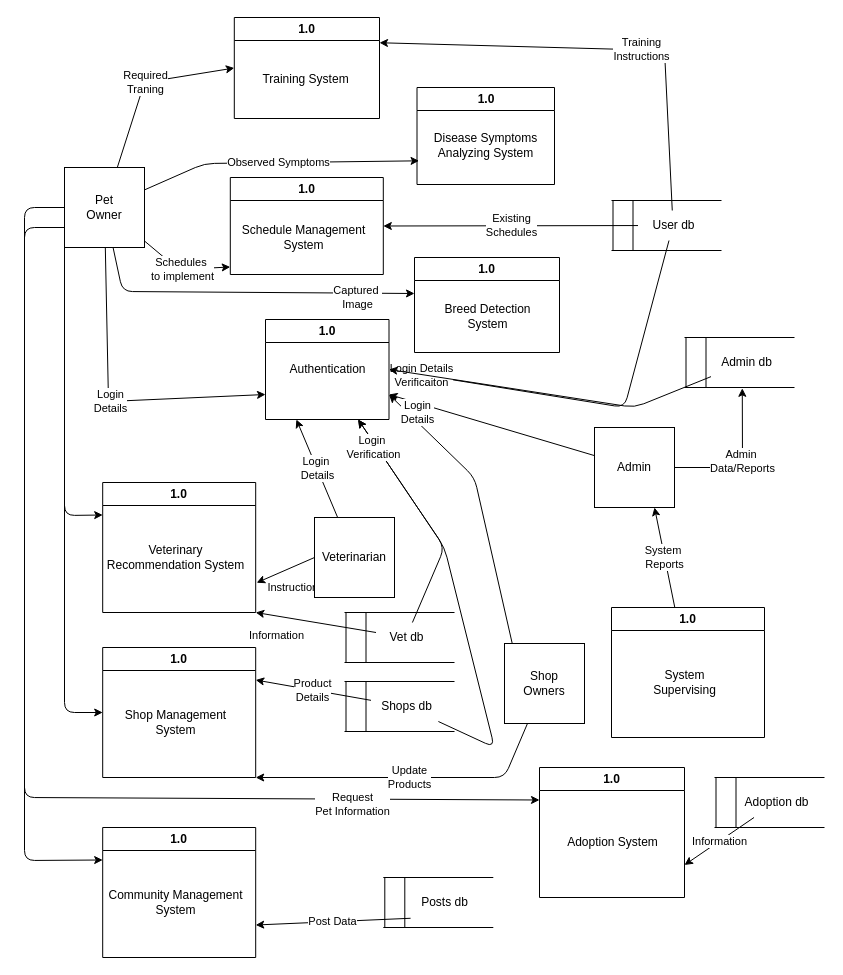
Before: Diagrams/DFD-Lv1.drawio in Rayal-Khatri/HlwPet, a draw.io diagram. Source tidied: cells renumbered, new cells numbered last; positions are measured from the earlier drawing's top-left corner, leaving out a move shared by most shapes. Both pictures are drawn from the tidied source at 100%, with x=0, y=0 at pixel (24, 17).
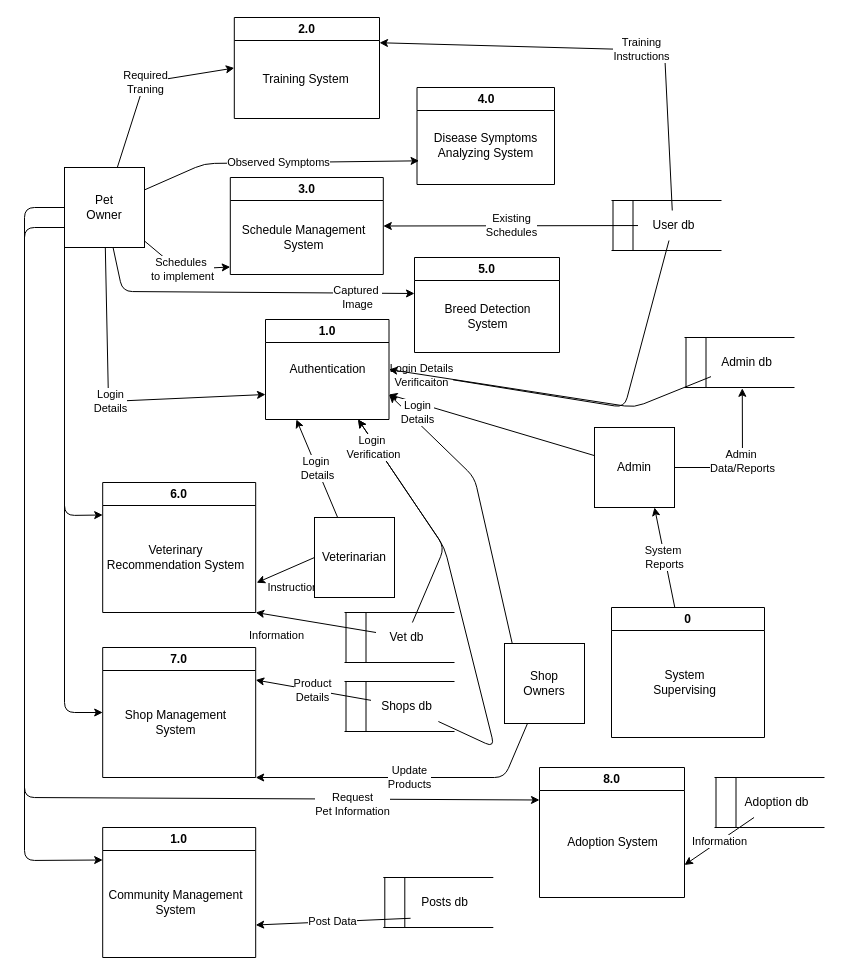
The same page after the edit.

What changed in the source:
```diff
@@
-    <mxCell id="4" value="1.0" style="swimlane;whiteSpace=wrap;html=1;" parent="1" vertex="1">
+    <mxCell id="4" value="5.0" style="swimlane;whiteSpace=wrap;html=1;" parent="1" vertex="1">
       <mxGeometry x="390" y="240" width="145" height="95" as="geometry" />
     </mxCell>
@@
-    <mxCell id="6" value="1.0" style="swimlane;whiteSpace=wrap;html=1;" parent="1" vertex="1">
+    <mxCell id="6" value="8.0" style="swimlane;whiteSpace=wrap;html=1;" parent="1" vertex="1">
       <mxGeometry x="515" y="750" width="145" height="130" as="geometry" />
     </mxCell>
@@
-    <mxCell id="8" value="1.0" style="swimlane;whiteSpace=wrap;html=1;" parent="1" vertex="1">
+    <mxCell id="8" value="2.0" style="swimlane;whiteSpace=wrap;html=1;" parent="1" vertex="1">
       <mxGeometry x="209.8" width="145.2" height="101" as="geometry" />
     </mxCell>
@@
-    <mxCell id="10" value="1.0" style="swimlane;whiteSpace=wrap;html=1;" parent="1" vertex="1">
+    <mxCell id="10" value="6.0" style="swimlane;whiteSpace=wrap;html=1;" parent="1" vertex="1">
       <mxGeometry x="78.2" y="465" width="153" height="130" as="geometry" />
     </mxCell>
@@
-    <mxCell id="14" value="1.0" style="swimlane;whiteSpace=wrap;html=1;" parent="1" vertex="1">
+    <mxCell id="14" value="4.0" style="swimlane;whiteSpace=wrap;html=1;" parent="1" vertex="1">
       <mxGeometry x="392.5" y="70" width="137.5" height="97" as="geometry" />
     </mxCell>
@@
-    <mxCell id="16" value="1.0" style="swimlane;whiteSpace=wrap;html=1;" parent="1" vertex="1">
+    <mxCell id="16" value="3.0" style="swimlane;whiteSpace=wrap;html=1;" parent="1" vertex="1">
       <mxGeometry x="205.8" y="160" width="153" height="97" as="geometry" />
     </mxCell>
@@
-    <mxCell id="74" value="1.0" style="swimlane;whiteSpace=wrap;html=1;" parent="1" vertex="1">
+    <mxCell id="74" value="7.0" style="swimlane;whiteSpace=wrap;html=1;" parent="1" vertex="1">
       <mxGeometry x="78.2" y="630" width="153" height="130" as="geometry" />
     </mxCell>
@@
-    <mxCell id="77" value="1.0" style="swimlane;whiteSpace=wrap;html=1;" parent="1" vertex="1">
+    <mxCell id="77" value="0" style="swimlane;whiteSpace=wrap;html=1;" parent="1" vertex="1">
       <mxGeometry x="587" y="590" width="153" height="130" as="geometry" />
     </mxCell>
```
